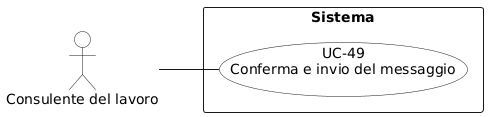
Above: RTB/Analisi dei Requisiti/diagrammi_use_case/UC-49.png in aLittleByte-19/Documentazione (PlantUML), before the change.
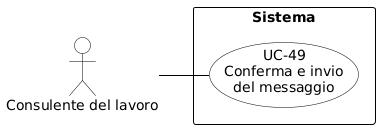
Later version of the same file.

Diff of the diagram source:
```diff
@@ -1,14 +1,29 @@
 @startuml
+skinparam shadowing false
+skinparam defaultFontName Arial
 left to right direction
-skinparam packageStyle rectangle
-skinparam usecaseBackgroundColor White
-skinparam actorBackgroundColor White
+skinparam nodesep 15
+skinparam ranksep 50
 
-actor "Consulente del lavoro" as consulente
+skinparam usecase {
+    BackgroundColor white
+    BorderColor black
+    ArrowColor black
+}
+skinparam actor {
+    BackgroundColor white
+    BorderColor black
+}
+skinparam rectangle {
+    BorderColor black
+    FontStyle bold
+}
+
+actor "Consulente del lavoro" as CL
 
 rectangle "Sistema" {
-  usecase "UC-49\nConferma e invio del messaggio" as uc49
+    usecase "UC-49\nConferma e invio\ndel messaggio" as UC49
 }
 
-consulente -- uc49
+CL -- UC49
 @enduml
```
